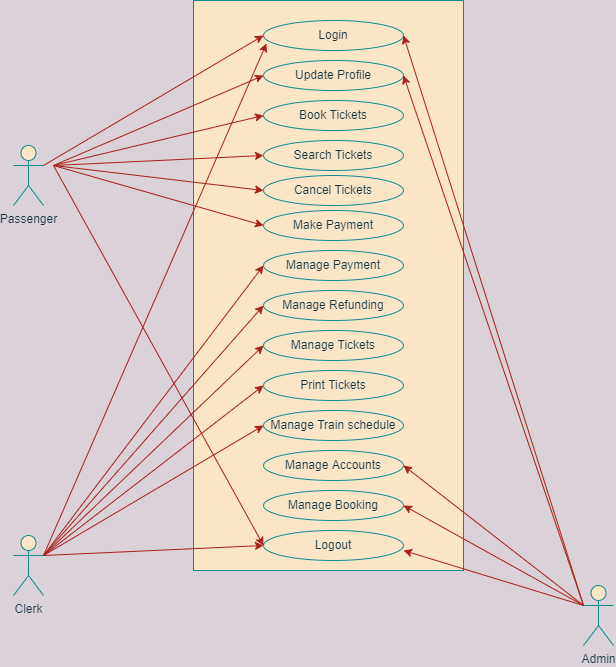
Earlier version of the draw.io export Day10/Railway_Reservation_System_Diagrams/UsecaseDiagramRRS.png (AthiraSajeev98/ust-prograd-training). Source tidied: cells renumbered, new cells last; positions are measured from the earlier drawing's top-left corner, leaving out a move shared by most shapes.
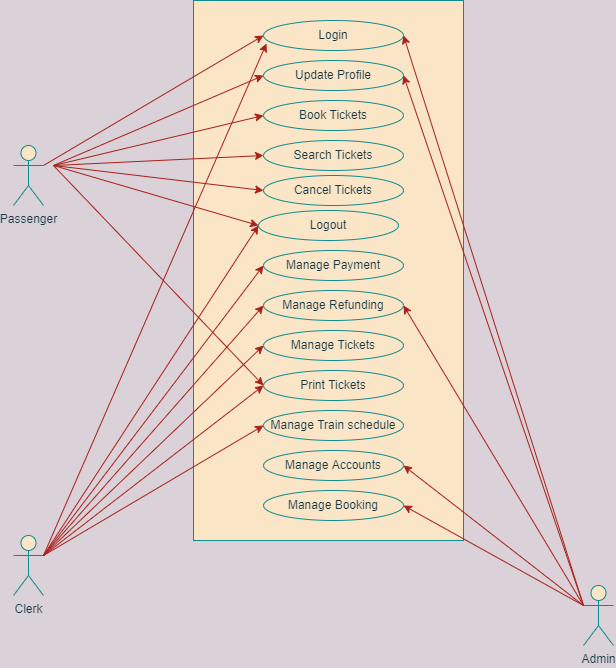
The same diagram one commit later.

What changed in the source:
```diff
@@ -3,7 +3,7 @@
     <mxCell id="0" />
     <mxCell id="1" parent="0" />
     <mxCell id="2" style="whiteSpace=wrap;html=1;fillColor=#FAE5C7;strokeColor=#0F8B8D;fontColor=#143642;" parent="1" vertex="1">
-      <mxGeometry x="180" width="270" height="570" as="geometry" />
+      <mxGeometry x="180" width="270" height="540" as="geometry" />
     </mxCell>
     <mxCell id="3" value="Login" style="ellipse;whiteSpace=wrap;html=1;fillColor=#FAE5C7;strokeColor=#0F8B8D;fontColor=#143642;" parent="1" vertex="1">
       <mxGeometry x="250" y="20" width="140" height="30" as="geometry" />
@@ -20,9 +20,6 @@
     <mxCell id="7" value="Cancel Tickets" style="ellipse;whiteSpace=wrap;html=1;fillColor=#FAE5C7;strokeColor=#0F8B8D;fontColor=#143642;" parent="1" vertex="1">
       <mxGeometry x="250" y="175" width="140" height="30" as="geometry" />
     </mxCell>
-    <mxCell id="8" value="Make Payment" style="ellipse;whiteSpace=wrap;html=1;fillColor=#FAE5C7;strokeColor=#0F8B8D;fontColor=#143642;" parent="1" vertex="1">
-      <mxGeometry x="250" y="210" width="140" height="30" as="geometry" />
-    </mxCell>
     <mxCell id="9" value="Manage Payment" style="ellipse;whiteSpace=wrap;html=1;fillColor=#FAE5C7;strokeColor=#0F8B8D;fontColor=#143642;" parent="1" vertex="1">
       <mxGeometry x="250" y="250" width="140" height="30" as="geometry" />
     </mxCell>
@@ -45,7 +42,7 @@
       <mxGeometry x="250" y="490" width="140" height="30" as="geometry" />
     </mxCell>
     <mxCell id="16" value="Logout" style="ellipse;whiteSpace=wrap;html=1;fillColor=#FAE5C7;strokeColor=#0F8B8D;fontColor=#143642;" parent="1" vertex="1">
-      <mxGeometry x="250" y="530" width="140" height="30" as="geometry" />
+      <mxGeometry x="245" y="210" width="140" height="30" as="geometry" />
     </mxCell>
     <mxCell id="17" value="Passenger" style="shape=umlActor;verticalLabelPosition=bottom;verticalAlign=top;html=1;fillColor=#FAE5C7;strokeColor=#0F8B8D;fontColor=#143642;" parent="1" vertex="1">
       <mxGeometry y="145" width="30" height="60" as="geometry" />
@@ -79,7 +76,7 @@
         <mxPoint x="40" y="165" as="sourcePoint" />
       </mxGeometry>
     </mxCell>
-    <mxCell id="25" style="endArrow=classic;html=1;rounded=0;entryX=0;entryY=0.5;entryDx=0;entryDy=0;labelBackgroundColor=#DAD2D8;strokeColor=#A8201A;fontColor=#143642;" parent="1" edge="1" target="8">
+    <mxCell id="25" style="endArrow=classic;html=1;rounded=0;entryX=0;entryY=0.5;entryDx=0;entryDy=0;labelBackgroundColor=#DAD2D8;strokeColor=#A8201A;fontColor=#143642;" parent="1" edge="1" target="12">
       <mxGeometry relative="1" as="geometry">
         <mxPoint x="40" y="165" as="sourcePoint" />
       </mxGeometry>
@@ -92,13 +89,8 @@
     <mxCell id="27" style="endArrow=classic;html=1;rounded=0;exitX=1;exitY=0.3333333333333333;exitDx=0;exitDy=0;exitPerimeter=0;entryX=0;entryY=0.5;entryDx=0;entryDy=0;labelBackgroundColor=#DAD2D8;strokeColor=#A8201A;fontColor=#143642;" parent="1" edge="1" source="19" target="16">
       <mxGeometry relative="1" as="geometry" />
     </mxCell>
-    <mxCell id="28" style="endArrow=classic;html=1;rounded=0;exitX=0;exitY=0.3333333333333333;exitDx=0;exitDy=0;exitPerimeter=0;labelBackgroundColor=#DAD2D8;strokeColor=#A8201A;fontColor=#143642;" parent="1" edge="1" source="18">
-      <mxGeometry relative="1" as="geometry">
-        <mxPoint x="390" y="550" as="targetPoint" />
-        <Array as="points">
-          <mxPoint x="390" y="550" />
-        </Array>
-      </mxGeometry>
+    <mxCell id="28" style="endArrow=classic;html=1;rounded=0;exitX=0;exitY=0.3333333333333333;exitDx=0;exitDy=0;exitPerimeter=0;labelBackgroundColor=#DAD2D8;strokeColor=#A8201A;fontColor=#143642;entryX=1;entryY=0.5;entryDx=0;entryDy=0;" parent="1" edge="1" source="18" target="10">
+      <mxGeometry relative="1" as="geometry" />
     </mxCell>
     <mxCell id="29" style="endArrow=classic;html=1;rounded=0;entryX=1;entryY=0.5;entryDx=0;entryDy=0;labelBackgroundColor=#DAD2D8;strokeColor=#A8201A;fontColor=#143642;" parent="1" edge="1" target="15">
       <mxGeometry relative="1" as="geometry">
```
